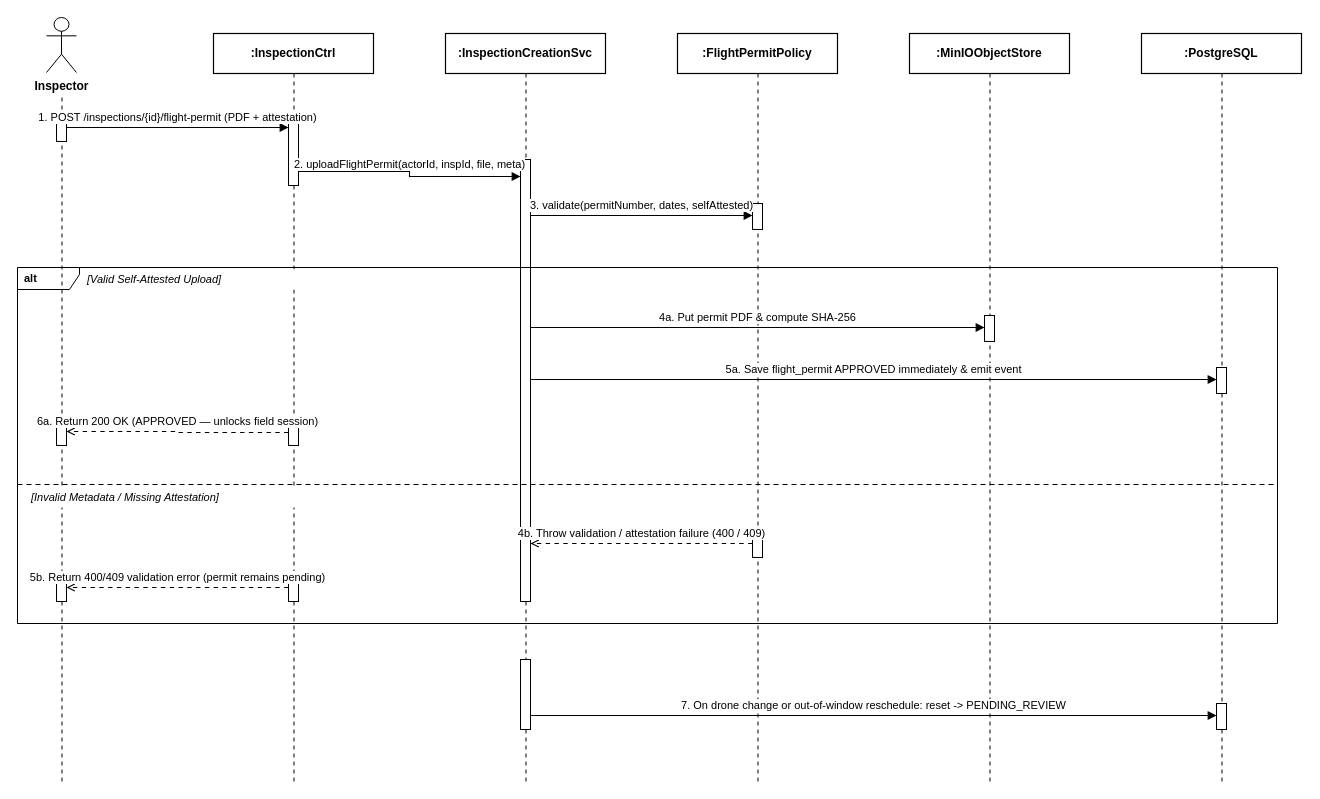
tungbach12/SmartDroneInspection-Docs keeps this draw.io diagram as page "FE-13 - Flight Permit Verification Gate" (14 of 26) of diagrams/smartdrone-sequence-diagrams.drawio. Above is the earlier version. Source tidied: cells renumbered, new cells numbered last; positions are measured from the earlier drawing's top-left corner, leaving out a move shared by most shapes. Both pictures are drawn from the tidied source at 100%, with x=0, y=0 at pixel (17, 17).
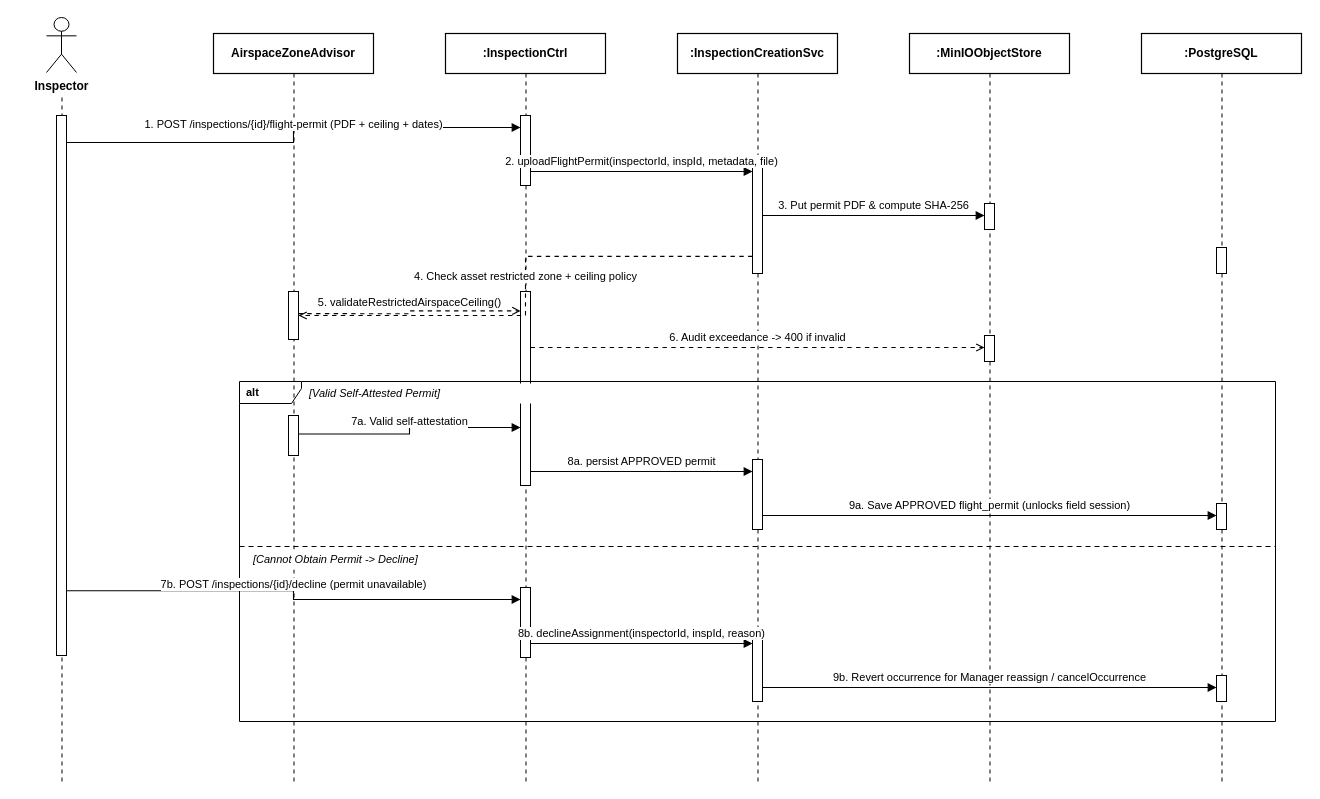
The same page after the edit.

The edit, as a diff of the source:
```diff
@@
-    <mxCell id="4" value=":InspectionCtrl" style="rounded=0;whiteSpace=wrap;html=1;fillColor=#ffffff;strokeColor=#000000;strokeWidth=1.2;fontColor=#000000;fontStyle=1;fontSize=12;fontFamily=Helvetica;" parent="1" vertex="1">
+    <mxCell id="4" value="AirspaceZoneAdvisor" style="rounded=0;whiteSpace=wrap;html=1;fillColor=#ffffff;strokeColor=#000000;strokeWidth=1.2;fontColor=#000000;fontStyle=1;fontSize=12;fontFamily=Helvetica;" parent="1" vertex="1">
       <mxGeometry x="196" y="16" width="160" height="40" as="geometry" />
     </mxCell>
@@
-    <mxCell id="6" value=":InspectionCreationSvc" style="rounded=0;whiteSpace=wrap;html=1;fillColor=#ffffff;strokeColor=#000000;strokeWidth=1.2;fontColor=#000000;fontStyle=1;fontSize=12;fontFamily=Helvetica;" parent="1" vertex="1">
+    <mxCell id="6" value=":InspectionCtrl" style="rounded=0;whiteSpace=wrap;html=1;fillColor=#ffffff;strokeColor=#000000;strokeWidth=1.2;fontColor=#000000;fontStyle=1;fontSize=12;fontFamily=Helvetica;" parent="1" vertex="1">
       <mxGeometry x="428" y="16" width="160" height="40" as="geometry" />
     </mxCell>
@@
-    <mxCell id="8" value=":FlightPermitPolicy" style="rounded=0;whiteSpace=wrap;html=1;fillColor=#ffffff;strokeColor=#000000;strokeWidth=1.2;fontColor=#000000;fontStyle=1;fontSize=12;fontFamily=Helvetica;" parent="1" vertex="1">
+    <mxCell id="8" value=":InspectionCreationSvc" style="rounded=0;whiteSpace=wrap;html=1;fillColor=#ffffff;strokeColor=#000000;strokeWidth=1.2;fontColor=#000000;fontStyle=1;fontSize=12;fontFamily=Helvetica;" parent="1" vertex="1">
       <mxGeometry x="660" y="16" width="160" height="40" as="geometry" />
     </mxCell>
@@
     <mxCell id="14" style="rounded=0;whiteSpace=wrap;html=1;fillColor=#ffffff;strokeColor=#000000;strokeWidth=1;" parent="1" vertex="1">
-      <mxGeometry x="39" y="98" width="10" height="26" as="geometry" />
+      <mxGeometry x="39" y="98" width="10" height="540" as="geometry" />
     </mxCell>
-    <mxCell id="15" style="rounded=0;whiteSpace=wrap;html=1;fillColor=#ffffff;strokeColor=#000000;strokeWidth=1;" parent="1" vertex="1">
-      <mxGeometry x="39" y="402" width="10" height="26" as="geometry" />
-    </mxCell>
-    <mxCell id="16" style="rounded=0;whiteSpace=wrap;html=1;fillColor=#ffffff;strokeColor=#000000;strokeWidth=1;" parent="1" vertex="1">
-      <mxGeometry x="39" y="558" width="10" height="26" as="geometry" />
-    </mxCell>
     <mxCell id="17" style="rounded=0;whiteSpace=wrap;html=1;fillColor=#ffffff;strokeColor=#000000;strokeWidth=1;" parent="1" vertex="1">
-      <mxGeometry x="271" y="98" width="10" height="70" as="geometry" />
+      <mxGeometry x="271" y="274" width="10" height="48" as="geometry" />
     </mxCell>
     <mxCell id="18" style="rounded=0;whiteSpace=wrap;html=1;fillColor=#ffffff;strokeColor=#000000;strokeWidth=1;" parent="1" vertex="1">
-      <mxGeometry x="271" y="402" width="10" height="26" as="geometry" />
+      <mxGeometry x="271" y="398" width="10" height="40" as="geometry" />
     </mxCell>
     <mxCell id="19" style="rounded=0;whiteSpace=wrap;html=1;fillColor=#ffffff;strokeColor=#000000;strokeWidth=1;" parent="1" vertex="1">
-      <mxGeometry x="271" y="558" width="10" height="26" as="geometry" />
+      <mxGeometry x="271" y="570" width="10" height="1" as="geometry" />
     </mxCell>
     <mxCell id="20" style="rounded=0;whiteSpace=wrap;html=1;fillColor=#ffffff;strokeColor=#000000;strokeWidth=1;" parent="1" vertex="1">
-      <mxGeometry x="503" y="142" width="10" height="442" as="geometry" />
+      <mxGeometry x="503" y="98" width="10" height="70" as="geometry" />
     </mxCell>
     <mxCell id="21" style="rounded=0;whiteSpace=wrap;html=1;fillColor=#ffffff;strokeColor=#000000;strokeWidth=1;" parent="1" vertex="1">
-      <mxGeometry x="503" y="642" width="10" height="70" as="geometry" />
+      <mxGeometry x="503" y="274" width="10" height="194" as="geometry" />
     </mxCell>
+    <mxCell id="40" style="rounded=0;whiteSpace=wrap;html=1;fillColor=#ffffff;strokeColor=#000000;strokeWidth=1;" parent="1" vertex="1">
+      <mxGeometry x="503" y="570" width="10" height="70" as="geometry" />
+    </mxCell>
     <mxCell id="22" style="rounded=0;whiteSpace=wrap;html=1;fillColor=#ffffff;strokeColor=#000000;strokeWidth=1;" parent="1" vertex="1">
-      <mxGeometry x="735" y="186" width="10" height="26" as="geometry" />
+      <mxGeometry x="735" y="142" width="10" height="114" as="geometry" />
     </mxCell>
     <mxCell id="23" style="rounded=0;whiteSpace=wrap;html=1;fillColor=#ffffff;strokeColor=#000000;strokeWidth=1;" parent="1" vertex="1">
-      <mxGeometry x="735" y="514" width="10" height="26" as="geometry" />
+      <mxGeometry x="735" y="442" width="10" height="70" as="geometry" />
     </mxCell>
+    <mxCell id="41" style="rounded=0;whiteSpace=wrap;html=1;fillColor=#ffffff;strokeColor=#000000;strokeWidth=1;" parent="1" vertex="1">
+      <mxGeometry x="735" y="614" width="10" height="70" as="geometry" />
+    </mxCell>
     <mxCell id="24" style="rounded=0;whiteSpace=wrap;html=1;fillColor=#ffffff;strokeColor=#000000;strokeWidth=1;" parent="1" vertex="1">
-      <mxGeometry x="967" y="298" width="10" height="26" as="geometry" />
+      <mxGeometry x="967" y="186" width="10" height="26" as="geometry" />
     </mxCell>
+    <mxCell id="42" style="rounded=0;whiteSpace=wrap;html=1;fillColor=#ffffff;strokeColor=#000000;strokeWidth=1;" parent="1" vertex="1">
+      <mxGeometry x="967" y="318" width="10" height="26" as="geometry" />
+    </mxCell>
     <mxCell id="25" style="rounded=0;whiteSpace=wrap;html=1;fillColor=#ffffff;strokeColor=#000000;strokeWidth=1;" parent="1" vertex="1">
-      <mxGeometry x="1199" y="350" width="10" height="26" as="geometry" />
+      <mxGeometry x="1199" y="230" width="10" height="26" as="geometry" />
     </mxCell>
     <mxCell id="26" style="rounded=0;whiteSpace=wrap;html=1;fillColor=#ffffff;strokeColor=#000000;strokeWidth=1;" parent="1" vertex="1">
-      <mxGeometry x="1199" y="686" width="10" height="26" as="geometry" />
+      <mxGeometry x="1199" y="486" width="10" height="26" as="geometry" />
     </mxCell>
+    <mxCell id="43" style="rounded=0;whiteSpace=wrap;html=1;fillColor=#ffffff;strokeColor=#000000;strokeWidth=1;" parent="1" vertex="1">
+      <mxGeometry x="1199" y="658" width="10" height="26" as="geometry" />
+    </mxCell>
     <mxCell id="27" value="alt" style="shape=umlFrame;whiteSpace=wrap;html=1;width=62;height=22;boundedLbl=1;verticalAlign=middle;align=left;spacingLeft=5;fillColor=none;strokeColor=#000000;strokeWidth=1;fontColor=#000000;fontStyle=1;fontSize=11;fontFamily=Helvetica;" parent="1" vertex="1">
-      <mxGeometry y="250" width="1260" height="356" as="geometry" />
+      <mxGeometry x="222" y="364" width="1036" height="340" as="geometry" />
     </mxCell>
-    <mxCell id="28" value="[Valid Self-Attested Upload]" style="text;html=1;align=left;verticalAlign=middle;strokeColor=none;fillColor=#ffffff;fontColor=#000000;fontFamily=Helvetica;fontSize=11;fontStyle=2;" parent="27" vertex="1">
-      <mxGeometry x="68" y="2" width="280" height="20" as="geometry" />
+    <mxCell id="28" value="[Valid Self-Attested Permit]" style="text;html=1;align=left;verticalAlign=middle;strokeColor=none;fillColor=#ffffff;fontColor=#000000;fontFamily=Helvetica;fontSize=11;fontStyle=2;" parent="27" vertex="1">
+      <mxGeometry x="68" y="2" width="260" height="20" as="geometry" />
     </mxCell>
     <mxCell id="29" style="line;strokeWidth=1;dashed=1;dashPattern=5 4;strokeColor=#000000;fillColor=none;" parent="27" vertex="1">
-      <mxGeometry y="216" width="1260" height="2" as="geometry" />
+      <mxGeometry y="164" width="1036" height="2" as="geometry" />
     </mxCell>
-    <mxCell id="30" value="[Invalid Metadata / Missing Attestation]" style="text;html=1;align=left;verticalAlign=middle;strokeColor=none;fillColor=#ffffff;fontColor=#000000;fontFamily=Helvetica;fontSize=11;fontStyle=2;" parent="27" vertex="1">
-      <mxGeometry x="12" y="220" width="300" height="20" as="geometry" />
+    <mxCell id="30" value="[Cannot Obtain Permit -&amp;gt; Decline]" style="text;html=1;align=left;verticalAlign=middle;strokeColor=none;fillColor=#ffffff;fontColor=#000000;fontFamily=Helvetica;fontSize=11;fontStyle=2;" parent="27" vertex="1">
+      <mxGeometry x="12" y="168" width="260" height="20" as="geometry" />
     </mxCell>
-    <mxCell id="31" value="1. POST /inspections/{id}/flight-permit (PDF + attestation)" style="edgeStyle=orthogonalEdgeStyle;rounded=0;html=1;endArrow=block;endFill=1;strokeColor=#000000;strokeWidth=1.1;fontColor=#000000;fontFamily=Helvetica;fontSize=11;labelBackgroundColor=#ffffff;exitX=1;exitY=0.4615;exitDx=0;exitDy=0;entryX=0;entryY=0.1714;entryDx=0;entryDy=0;" parent="1" edge="1" source="14" target="17">
+    <mxCell id="31" value="1. POST /inspections/{id}/flight-permit (PDF + ceiling + dates)" style="edgeStyle=orthogonalEdgeStyle;rounded=0;html=1;endArrow=block;endFill=1;strokeColor=#000000;strokeWidth=1.1;fontColor=#000000;fontFamily=Helvetica;fontSize=11;labelBackgroundColor=#ffffff;exitX=1;exitY=0.05;exitDx=0;exitDy=0;entryX=0;entryY=0.1714;entryDx=0;entryDy=0;" parent="1" edge="1" source="14" target="20">
       <mxGeometry relative="1" as="geometry">
         <mxPoint y="-10" as="offset" />
       </mxGeometry>
     </mxCell>
-    <mxCell id="32" value="2. uploadFlightPermit(actorId, inspId, file, meta)" style="edgeStyle=orthogonalEdgeStyle;rounded=0;html=1;endArrow=block;endFill=1;strokeColor=#000000;strokeWidth=1.1;fontColor=#000000;fontFamily=Helvetica;fontSize=11;labelBackgroundColor=#ffffff;exitX=1;exitY=0.8000;exitDx=0;exitDy=0;entryX=0;entryY=0.0385;entryDx=0;entryDy=0;" parent="1" edge="1" source="17" target="20">
+    <mxCell id="32" value="2. uploadFlightPermit(inspectorId, inspId, metadata, file)" style="edgeStyle=orthogonalEdgeStyle;rounded=0;html=1;endArrow=block;endFill=1;strokeColor=#000000;strokeWidth=1.1;fontColor=#000000;fontFamily=Helvetica;fontSize=11;labelBackgroundColor=#ffffff;exitX=1;exitY=0.8000;exitDx=0;exitDy=0;entryX=0;entryY=0.1053;entryDx=0;entryDy=0;" parent="1" edge="1" source="20" target="22">
       <mxGeometry relative="1" as="geometry">
         <mxPoint y="-10" as="offset" />
       </mxGeometry>
     </mxCell>
-    <mxCell id="33" value="3. validate(permitNumber, dates, selfAttested)" style="edgeStyle=orthogonalEdgeStyle;rounded=0;html=1;endArrow=block;endFill=1;strokeColor=#000000;strokeWidth=1.1;fontColor=#000000;fontFamily=Helvetica;fontSize=11;labelBackgroundColor=#ffffff;exitX=1;exitY=0.1267;exitDx=0;exitDy=0;entryX=0;entryY=0.4615;entryDx=0;entryDy=0;" parent="1" edge="1" source="20" target="22">
+    <mxCell id="33" value="3. Put permit PDF &amp; compute SHA-256" style="edgeStyle=orthogonalEdgeStyle;rounded=0;html=1;endArrow=block;endFill=1;strokeColor=#000000;strokeWidth=1.1;fontColor=#000000;fontFamily=Helvetica;fontSize=11;labelBackgroundColor=#ffffff;exitX=1;exitY=0.4912;exitDx=0;exitDy=0;entryX=0;entryY=0.4615;entryDx=0;entryDy=0;" parent="1" edge="1" source="22" target="24">
       <mxGeometry relative="1" as="geometry">
         <mxPoint y="-10" as="offset" />
       </mxGeometry>
     </mxCell>
-    <mxCell id="34" value="4a. Put permit PDF &amp; compute SHA-256" style="edgeStyle=orthogonalEdgeStyle;rounded=0;html=1;endArrow=block;endFill=1;strokeColor=#000000;strokeWidth=1.1;fontColor=#000000;fontFamily=Helvetica;fontSize=11;labelBackgroundColor=#ffffff;exitX=1;exitY=0.3801;exitDx=0;exitDy=0;entryX=0;entryY=0.4615;entryDx=0;entryDy=0;" parent="1" edge="1" source="20" target="24">
+    <mxCell id="34" value="4. Check asset restricted zone + ceiling policy" style="edgeStyle=orthogonalEdgeStyle;rounded=0;html=1;endArrow=open;endFill=0;dashed=1;dashPattern=4 4;strokeColor=#000000;strokeWidth=1.1;fontColor=#000000;fontFamily=Helvetica;fontSize=11;labelBackgroundColor=#ffffff;exitX=0;exitY=0.85;exitDx=0;exitDy=0;entryX=1;entryY=0.5;entryDx=0;entryDy=0;" parent="1" edge="1" source="22" target="17">
       <mxGeometry relative="1" as="geometry">
         <mxPoint y="-10" as="offset" />
       </mxGeometry>
     </mxCell>
-    <mxCell id="35" value="5a. Save flight_permit APPROVED immediately &amp; emit event" style="edgeStyle=orthogonalEdgeStyle;rounded=0;html=1;endArrow=block;endFill=1;strokeColor=#000000;strokeWidth=1.1;fontColor=#000000;fontFamily=Helvetica;fontSize=11;labelBackgroundColor=#ffffff;exitX=1;exitY=0.4977;exitDx=0;exitDy=0;entryX=0;entryY=0.4615;entryDx=0;entryDy=0;" parent="1" edge="1" source="20" target="25">
+    <mxCell id="35" value="5. validateRestrictedAirspaceCeiling()" style="edgeStyle=orthogonalEdgeStyle;rounded=0;html=1;endArrow=open;endFill=0;dashed=1;dashPattern=4 4;strokeColor=#000000;strokeWidth=1.1;fontColor=#000000;fontFamily=Helvetica;fontSize=11;labelBackgroundColor=#ffffff;exitX=1;exitY=0.4615;exitDx=0;exitDy=0;entryX=0;entryY=0.1;entryDx=0;entryDy=0;" parent="1" edge="1" source="17" target="21">
       <mxGeometry relative="1" as="geometry">
         <mxPoint y="-10" as="offset" />
       </mxGeometry>
     </mxCell>
-    <mxCell id="36" value="6a. Return 200 OK (APPROVED — unlocks field session)" style="edgeStyle=orthogonalEdgeStyle;rounded=0;html=1;endArrow=open;endFill=0;dashed=1;dashPattern=4 4;strokeColor=#000000;strokeWidth=1.1;fontColor=#000000;fontFamily=Helvetica;fontSize=11;labelBackgroundColor=#ffffff;exitX=0;exitY=0.5000;exitDx=0;exitDy=0;entryX=1;entryY=0.4615;entryDx=0;entryDy=0;" parent="1" edge="1" source="18" target="15">
+    <mxCell id="36" value="6. Audit exceedance -&amp;gt; 400 if invalid" style="edgeStyle=orthogonalEdgeStyle;rounded=0;html=1;endArrow=open;endFill=0;dashed=1;dashPattern=4 4;strokeColor=#000000;strokeWidth=1.1;fontColor=#000000;fontFamily=Helvetica;fontSize=11;labelBackgroundColor=#ffffff;exitX=1;exitY=0.2887;exitDx=0;exitDy=0;entryX=0;entryY=0.4615;entryDx=0;entryDy=0;" parent="1" edge="1" source="21" target="42">
       <mxGeometry relative="1" as="geometry">
         <mxPoint y="-10" as="offset" />
       </mxGeometry>
     </mxCell>
-    <mxCell id="37" value="4b. Throw validation / attestation failure (400 / 409)" style="edgeStyle=orthogonalEdgeStyle;rounded=0;html=1;endArrow=open;endFill=0;dashed=1;dashPattern=4 4;strokeColor=#000000;strokeWidth=1.1;fontColor=#000000;fontFamily=Helvetica;fontSize=11;labelBackgroundColor=#ffffff;exitX=0;exitY=0.4615;exitDx=0;exitDy=0;entryX=1;entryY=0.8688;entryDx=0;entryDy=0;" parent="1" edge="1" source="23" target="20">
+    <mxCell id="37" value="7a. Valid self-attestation" style="edgeStyle=orthogonalEdgeStyle;rounded=0;html=1;endArrow=block;endFill=1;strokeColor=#000000;strokeWidth=1.1;fontColor=#000000;fontFamily=Helvetica;fontSize=11;labelBackgroundColor=#ffffff;exitX=1;exitY=0.4615;exitDx=0;exitDy=0;entryX=0;entryY=0.7010;entryDx=0;entryDy=0;" parent="1" edge="1" source="18" target="21">
       <mxGeometry relative="1" as="geometry">
         <mxPoint y="-10" as="offset" />
       </mxGeometry>
     </mxCell>
-    <mxCell id="38" value="5b. Return 400/409 validation error (permit remains pending)" style="edgeStyle=orthogonalEdgeStyle;rounded=0;html=1;endArrow=open;endFill=0;dashed=1;dashPattern=4 4;strokeColor=#000000;strokeWidth=1.1;fontColor=#000000;fontFamily=Helvetica;fontSize=11;labelBackgroundColor=#ffffff;exitX=0;exitY=0.4615;exitDx=0;exitDy=0;entryX=1;entryY=0.4615;entryDx=0;entryDy=0;" parent="1" edge="1" source="19" target="16">
+    <mxCell id="38" value="8a. persist APPROVED permit" style="edgeStyle=orthogonalEdgeStyle;rounded=0;html=1;endArrow=block;endFill=1;strokeColor=#000000;strokeWidth=1.1;fontColor=#000000;fontFamily=Helvetica;fontSize=11;labelBackgroundColor=#ffffff;exitX=1;exitY=0.9278;exitDx=0;exitDy=0;entryX=0;entryY=0.1714;entryDx=0;entryDy=0;" parent="1" edge="1" source="21" target="23">
       <mxGeometry relative="1" as="geometry">
         <mxPoint y="-10" as="offset" />
       </mxGeometry>
     </mxCell>
-    <mxCell id="39" value="7. On drone change or out-of-window reschedule: reset -&gt; PENDING_REVIEW" style="edgeStyle=orthogonalEdgeStyle;rounded=0;html=1;endArrow=block;endFill=1;strokeColor=#000000;strokeWidth=1.1;fontColor=#000000;fontFamily=Helvetica;fontSize=11;labelBackgroundColor=#ffffff;exitX=1;exitY=0.8000;exitDx=0;exitDy=0;entryX=0;entryY=0.4615;entryDx=0;entryDy=0;" parent="1" edge="1" source="21" target="26">
+    <mxCell id="39" value="9a. Save APPROVED flight_permit (unlocks field session)" style="edgeStyle=orthogonalEdgeStyle;rounded=0;html=1;endArrow=block;endFill=1;strokeColor=#000000;strokeWidth=1.1;fontColor=#000000;fontFamily=Helvetica;fontSize=11;labelBackgroundColor=#ffffff;exitX=1;exitY=0.8000;exitDx=0;exitDy=0;entryX=0;entryY=0.4615;entryDx=0;entryDy=0;" parent="1" edge="1" source="23" target="26">
       <mxGeometry relative="1" as="geometry">
         <mxPoint y="-10" as="offset" />
       </mxGeometry>
     </mxCell>
+    <mxCell id="44" value="7b. POST /inspections/{id}/decline (permit unavailable)" style="edgeStyle=orthogonalEdgeStyle;rounded=0;html=1;endArrow=block;endFill=1;strokeColor=#000000;strokeWidth=1.1;fontColor=#000000;fontFamily=Helvetica;fontSize=11;labelBackgroundColor=#ffffff;exitX=1;exitY=0.88;exitDx=0;exitDy=0;entryX=0;entryY=0.1714;entryDx=0;entryDy=0;" parent="1" edge="1" source="14" target="40">
+      <mxGeometry relative="1" as="geometry">
+        <mxPoint y="-10" as="offset" />
+      </mxGeometry>
+    </mxCell>
+    <mxCell id="45" value="8b. declineAssignment(inspectorId, inspId, reason)" style="edgeStyle=orthogonalEdgeStyle;rounded=0;html=1;endArrow=block;endFill=1;strokeColor=#000000;strokeWidth=1.1;fontColor=#000000;fontFamily=Helvetica;fontSize=11;labelBackgroundColor=#ffffff;exitX=1;exitY=0.8000;exitDx=0;exitDy=0;entryX=0;entryY=0.1714;entryDx=0;entryDy=0;" parent="1" edge="1" source="40" target="41">
+      <mxGeometry relative="1" as="geometry">
+        <mxPoint y="-10" as="offset" />
+      </mxGeometry>
+    </mxCell>
+    <mxCell id="46" value="9b. Revert occurrence for Manager reassign / cancelOccurrence" style="edgeStyle=orthogonalEdgeStyle;rounded=0;html=1;endArrow=block;endFill=1;strokeColor=#000000;strokeWidth=1.1;fontColor=#000000;fontFamily=Helvetica;fontSize=11;labelBackgroundColor=#ffffff;exitX=1;exitY=0.8000;exitDx=0;exitDy=0;entryX=0;entryY=0.4615;entryDx=0;entryDy=0;" parent="1" edge="1" source="41" target="43">
+      <mxGeometry relative="1" as="geometry">
+        <mxPoint y="-10" as="offset" />
+      </mxGeometry>
+    </mxCell>
```
